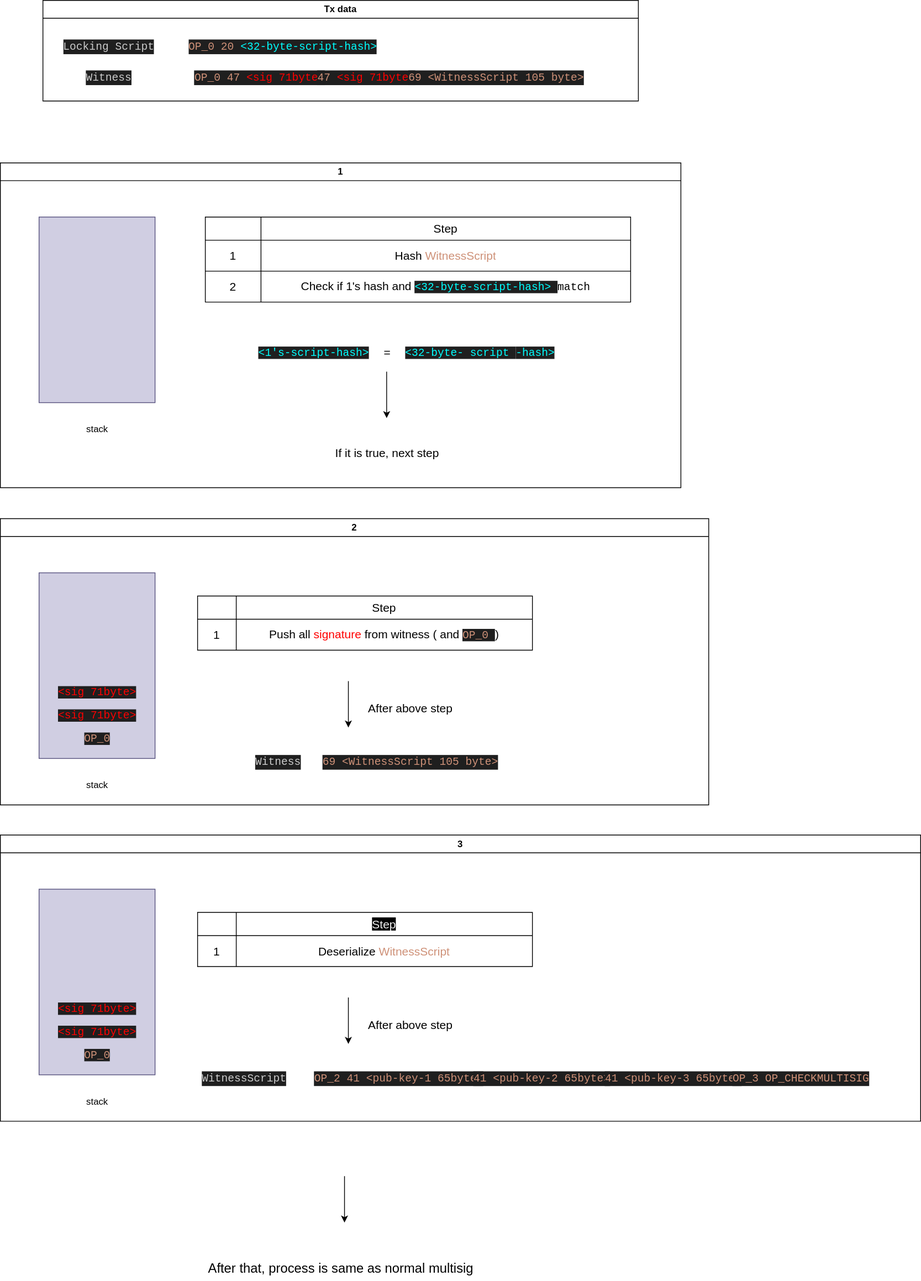
This is P01_bitcoin/img/process_p2wsh.drawio.svg from blockchaininnovation/lecture, a draw.io export, as it was before one commit. Source tidied: cells renumbered, new cells last; positions are measured from the earlier drawing's top-left corner, leaving out a move shared by most shapes.
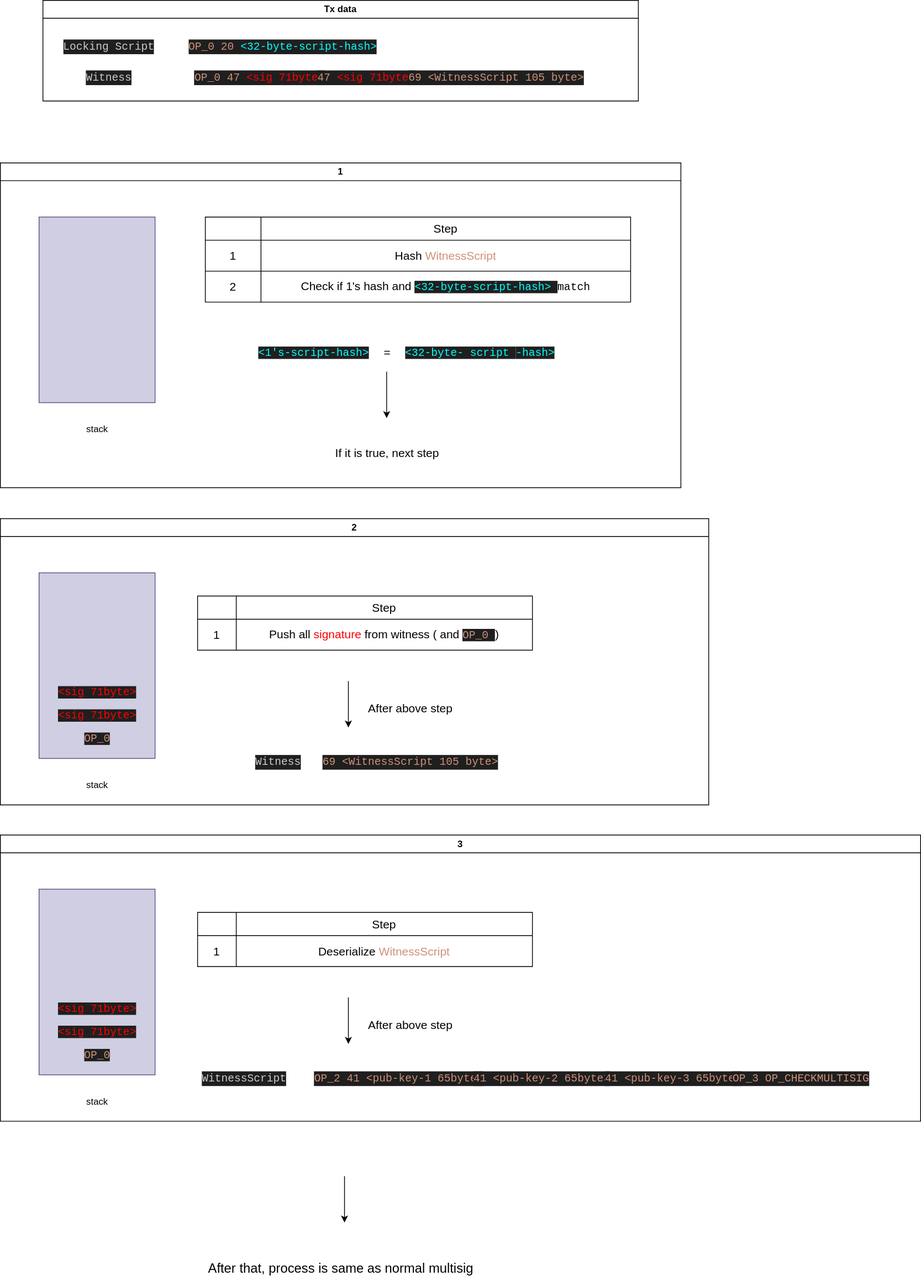
The same diagram one commit later.

Diff of the diagram source:
```diff
@@ -158,7 +158,7 @@
     <mxCell id="51" style="shape=partialRectangle;html=1;whiteSpace=wrap;fillColor=none;top=0;left=0;bottom=0;right=0;overflow=hidden;fontSize=15;fontColor=#CE9178;" parent="50" vertex="1">
       <mxGeometry width="50" height="30" as="geometry" />
     </mxCell>
-    <mxCell id="52" value="&lt;font style=&quot;background-color: rgb(0, 0, 0);&quot; color=&quot;#f0f0f0&quot;&gt;Step&lt;/font&gt;" style="shape=partialRectangle;html=1;whiteSpace=wrap;fillColor=none;top=0;left=0;bottom=0;right=0;overflow=hidden;fontSize=15;fontColor=#CE9178;" parent="50" vertex="1">
+    <mxCell id="52" value="&lt;font color=&quot;#000000&quot;&gt;Step&lt;/font&gt;" style="shape=partialRectangle;html=1;whiteSpace=wrap;fillColor=none;top=0;left=0;bottom=0;right=0;overflow=hidden;fontSize=15;fontColor=#CE9178;" parent="50" vertex="1">
       <mxGeometry x="50" width="383" height="30" as="geometry" />
     </mxCell>
     <mxCell id="53" style="shape=tableRow;horizontal=0;startSize=0;swimlaneHead=0;swimlaneBody=0;top=0;left=0;bottom=0;right=0;fillColor=none;fontSize=15;fontColor=#CE9178;" parent="49" vertex="1">
```
